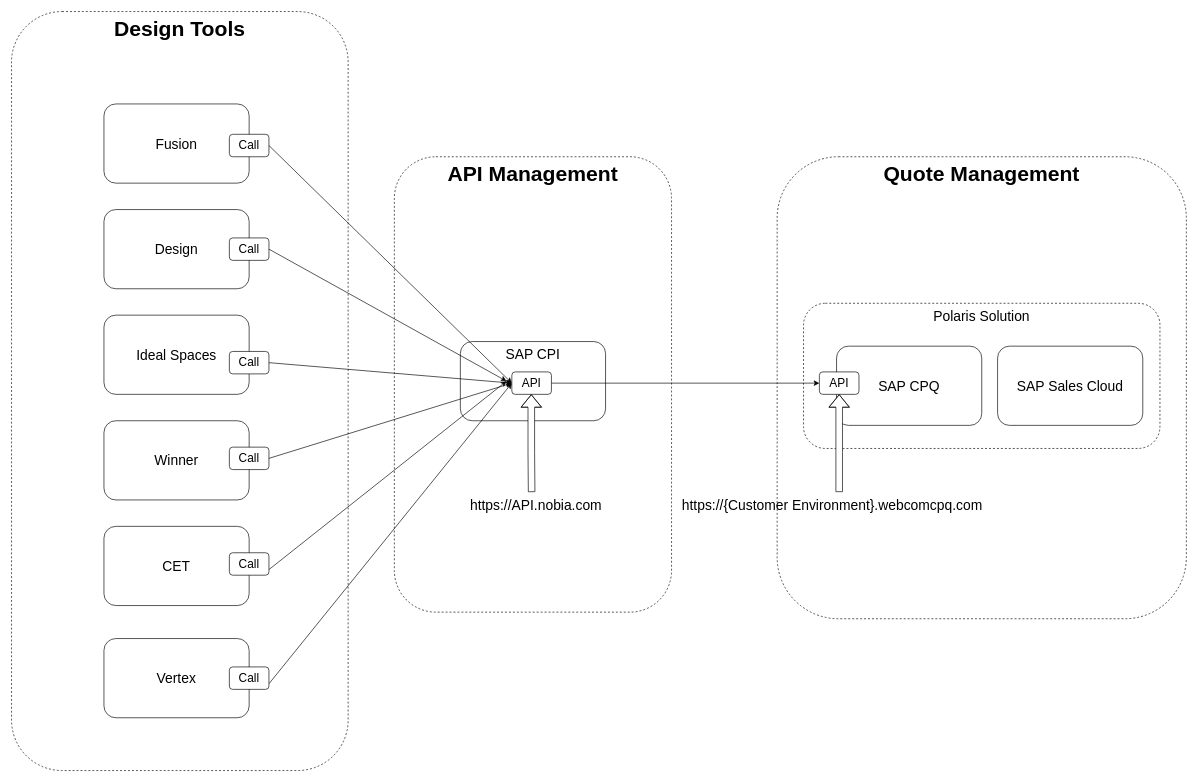
Earlier version of the draw.io diagram page "Option 2- Nobia API" (7 of 7) of Drawing_Tool_Integration.drawio (mrf742002/Diagrams). Source tidied: cells renumbered, new cells numbered last; positions are measured from the earlier drawing's top-left corner, leaving out a move shared by most shapes. Both pictures are drawn from the tidied source at 66%, with x=0, y=0 at pixel (11, 11).
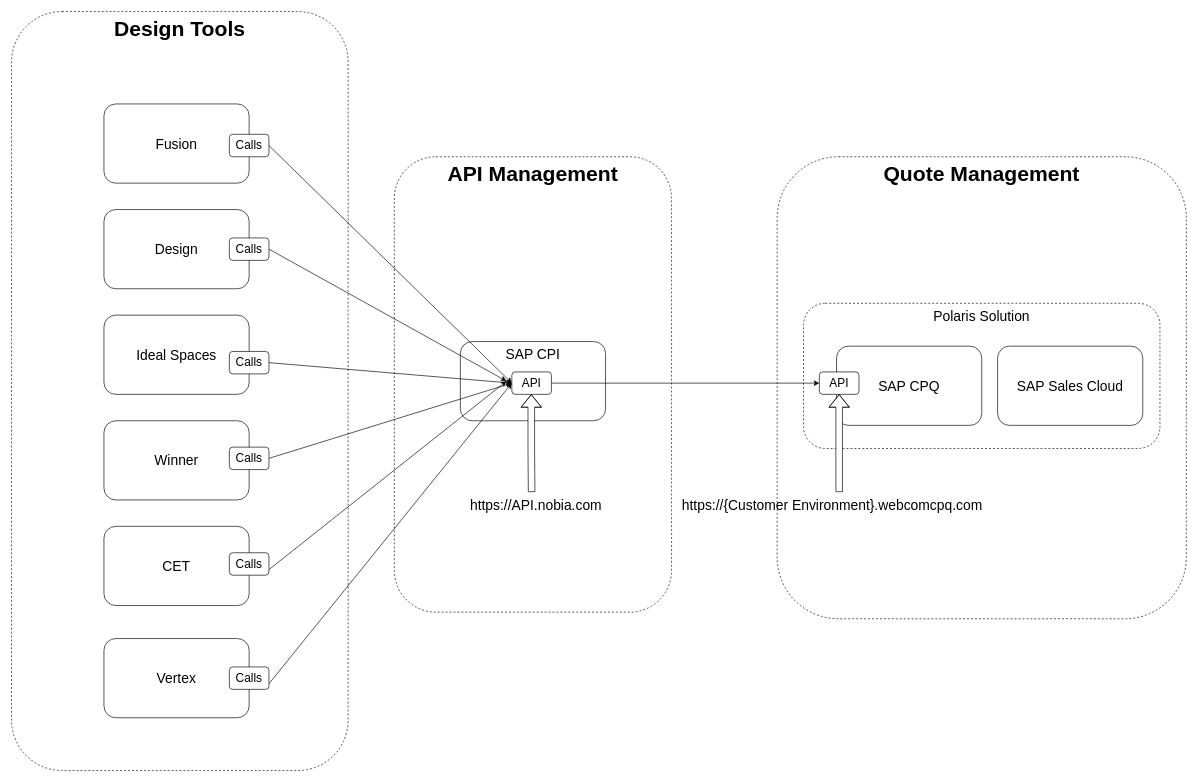
After the change.

What changed in the source:
```diff
@@
-    <mxCell id="18" value="Call" style="rounded=1;whiteSpace=wrap;html=1;fontSize=18;" parent="1" vertex="1">
+    <mxCell id="18" value="Calls" style="rounded=1;whiteSpace=wrap;html=1;fontSize=18;" parent="1" vertex="1">
       <mxGeometry x="330" y="186" width="60" height="34" as="geometry" />
     </mxCell>
@@
-    <mxCell id="20" value="Call" style="rounded=1;whiteSpace=wrap;html=1;fontSize=18;" parent="1" vertex="1">
+    <mxCell id="20" value="Calls" style="rounded=1;whiteSpace=wrap;html=1;fontSize=18;" parent="1" vertex="1">
       <mxGeometry x="330" y="343" width="60" height="34" as="geometry" />
     </mxCell>
@@
-    <mxCell id="22" value="Call" style="rounded=1;whiteSpace=wrap;html=1;fontSize=18;" parent="1" vertex="1">
+    <mxCell id="22" value="Calls" style="rounded=1;whiteSpace=wrap;html=1;fontSize=18;" parent="1" vertex="1">
       <mxGeometry x="330" y="515" width="60" height="34" as="geometry" />
     </mxCell>
@@
-    <mxCell id="24" value="Call" style="rounded=1;whiteSpace=wrap;html=1;fontSize=18;" parent="1" vertex="1">
+    <mxCell id="24" value="Calls" style="rounded=1;whiteSpace=wrap;html=1;fontSize=18;" parent="1" vertex="1">
       <mxGeometry x="330" y="660" width="60" height="34" as="geometry" />
     </mxCell>
@@
-    <mxCell id="26" value="Call" style="rounded=1;whiteSpace=wrap;html=1;fontSize=18;" parent="1" vertex="1">
+    <mxCell id="26" value="Calls" style="rounded=1;whiteSpace=wrap;html=1;fontSize=18;" parent="1" vertex="1">
       <mxGeometry x="330" y="820" width="60" height="34" as="geometry" />
     </mxCell>
@@
-    <mxCell id="28" value="Call" style="rounded=1;whiteSpace=wrap;html=1;fontSize=18;" parent="1" vertex="1">
+    <mxCell id="28" value="Calls" style="rounded=1;whiteSpace=wrap;html=1;fontSize=18;" parent="1" vertex="1">
       <mxGeometry x="330" y="993" width="60" height="34" as="geometry" />
     </mxCell>
```
